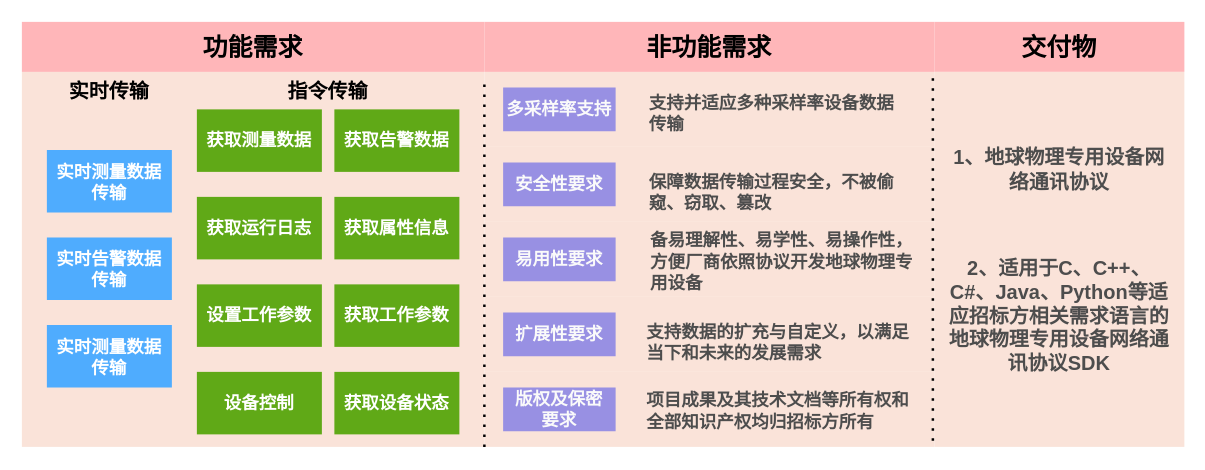
Above: page "通信协议" (6 of 9) of drawio/eq_tb.drawio in raingnight/Blog_Pic (draw.io), before the change. Source tidied: cells renumbered, new cells numbered last; positions are measured from the earlier drawing's top-left corner, leaving out a move shared by most shapes. Both pictures are drawn from the tidied source at 125%, with x=0, y=0 at pixel (21, 21).
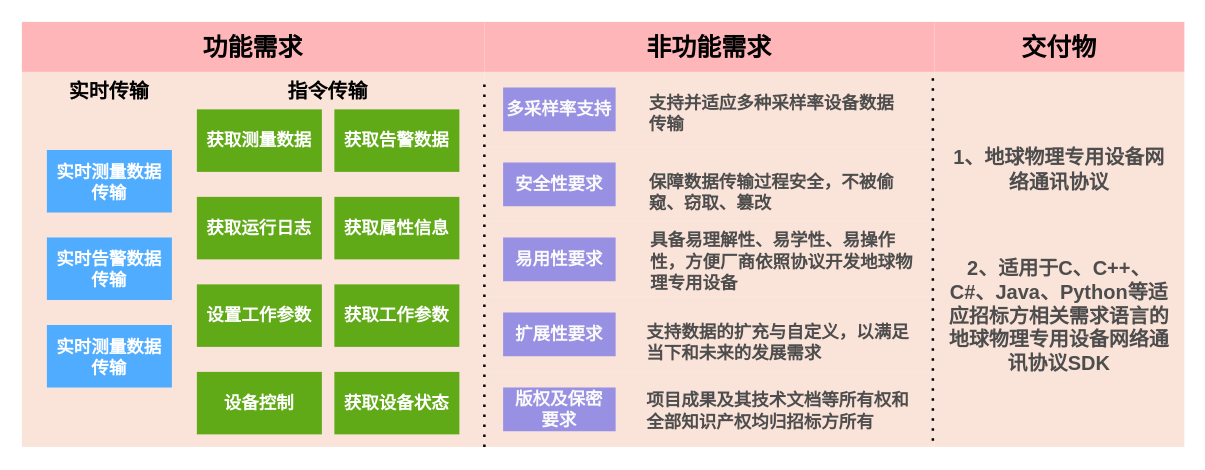
The same page after the edit.

The edit, as a diff of the source:
```diff
@@
-    <mxCell id="31" value="备易理解性、易学性、易操作性，方便厂商依照协议开发地球物理专用设备" style="text;whiteSpace=wrap;fontSize=14;fontColor=#4D4D4D;fontStyle=1;strokeColor=none;" parent="1" vertex="1">
+    <mxCell id="31" value="具备易理解性、易学性、易操作性，方便厂商依照协议开发地球物理专用设备" style="text;whiteSpace=wrap;fontSize=14;fontColor=#4D4D4D;fontStyle=1;strokeColor=none;" parent="1" vertex="1">
       <mxGeometry x="501.2" y="160" width="215" height="40" as="geometry" />
     </mxCell>
```
